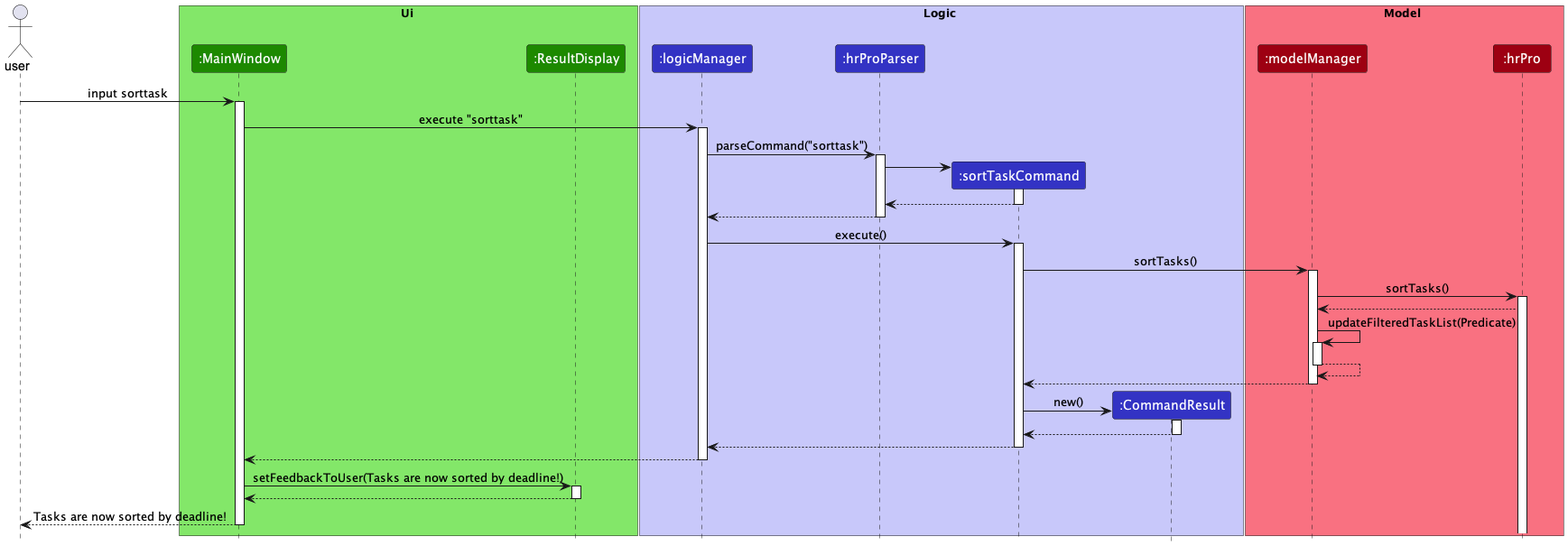
Earlier version of the PlantUML export docs/images/SortTaskSequenceDiagram.png (nus-cs2103-AY2223S1/tp).
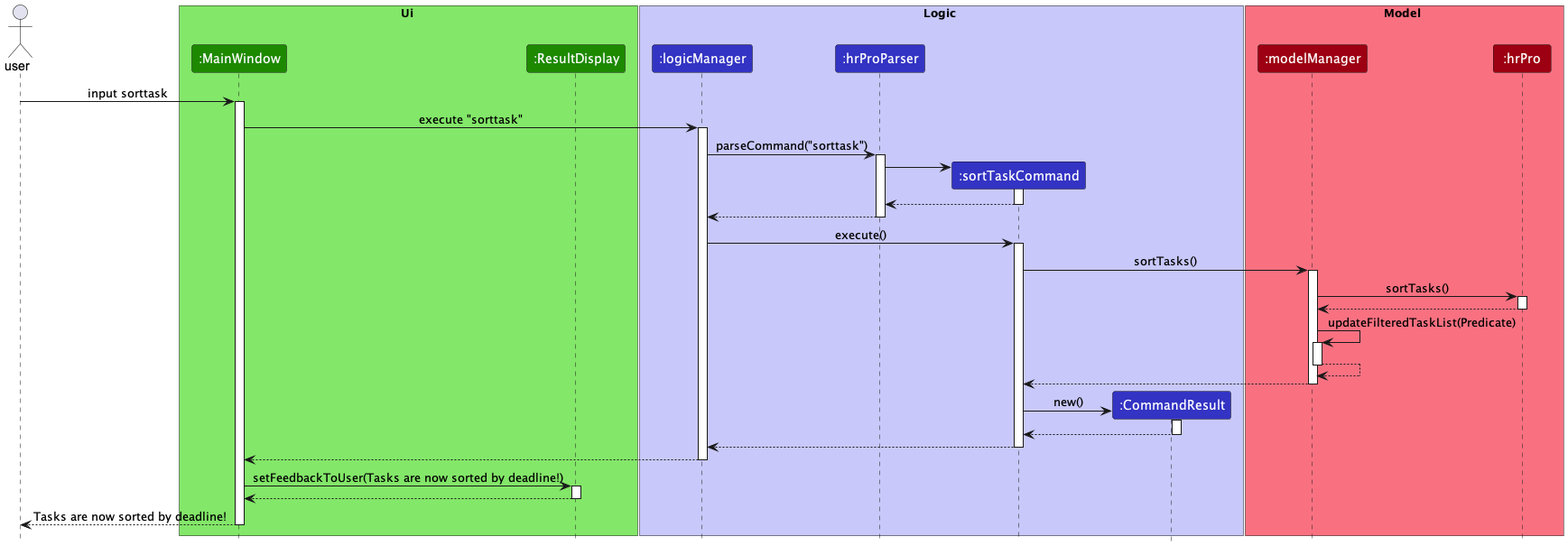
After the commit.

Commit message:
Fix sequence diagram

Change to the diagram source:
```diff
@@ -50,6 +50,7 @@
 activate hrPro
 
 hrPro --> modelManager
+deactivate hrPro
 
 autoActivate on
 modelManager -> modelManager :updateFilteredTaskList(Predicate)
```
